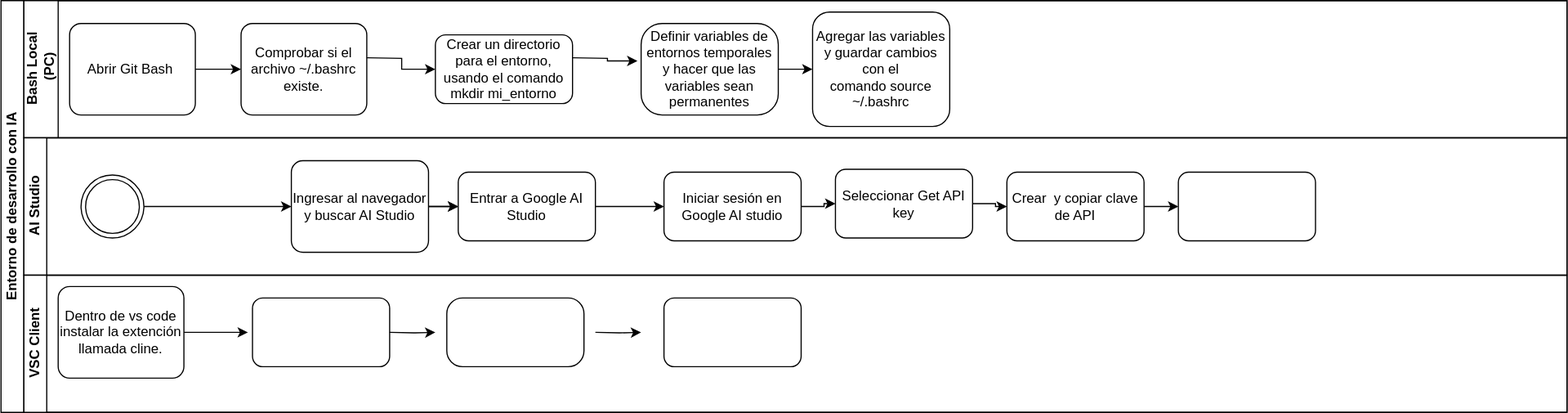
Earlier version of the draw.io export systems_analysis/eva2/crear-env-vars-gitbash-windows.drawio.svg (cdvelop/aiep). Source tidied: cells renumbered, new cells last; positions are measured from the earlier drawing's top-left corner, leaving out a move shared by most shapes.
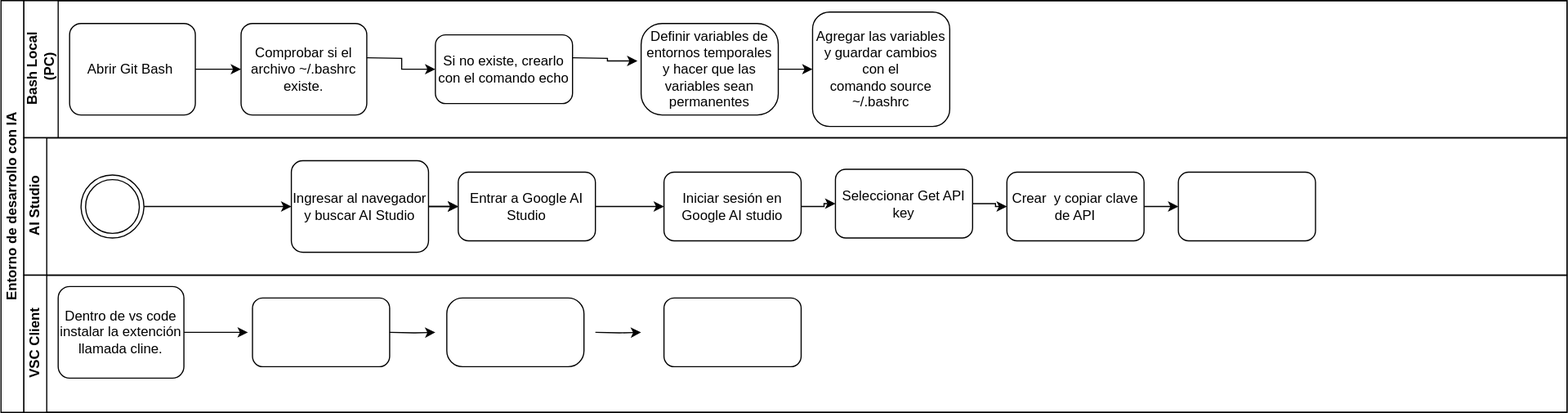
Later version of the same file.

Change to the diagram source:
```diff
@@ -17,7 +17,7 @@
     <mxCell id="6" value="Definir variables de entornos temporales y hacer que las variables sean permanentes" style="rounded=1;whiteSpace=wrap;html=1;arcSize=23;" parent="3" vertex="1">
       <mxGeometry x="540" y="20" width="120" height="80" as="geometry" />
     </mxCell>
-    <mxCell id="7" value="Crear un directorio para el entorno, usando el comando mkdir mi_entorno" style="rounded=1;whiteSpace=wrap;html=1;" parent="3" vertex="1">
+    <mxCell id="7" value="Si no existe, crearlo con el comando echo" style="rounded=1;whiteSpace=wrap;html=1;" parent="3" vertex="1">
       <mxGeometry x="360" y="30" width="120" height="60" as="geometry" />
     </mxCell>
     <mxCell id="8" value="Agregar las variables y guardar cambios con el comando&amp;nbsp;source ~/.bashrc" style="rounded=1;whiteSpace=wrap;html=1;" parent="3" vertex="1">
```
